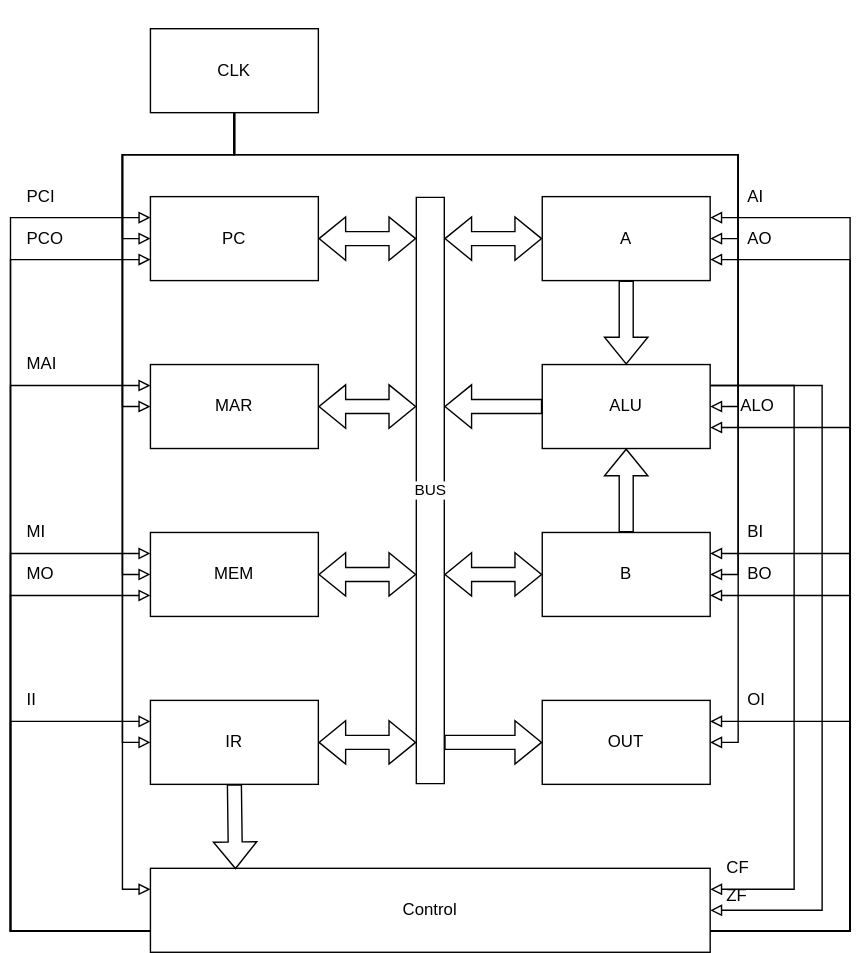
Before: diagram/ASAP1.drawio.svg, a diagram exported from draw.io (lbthomsen/asap-1). Source tidied: cells renumbered, new cells last; positions are measured from the earlier drawing's top-left corner, leaving out a move shared by most shapes.
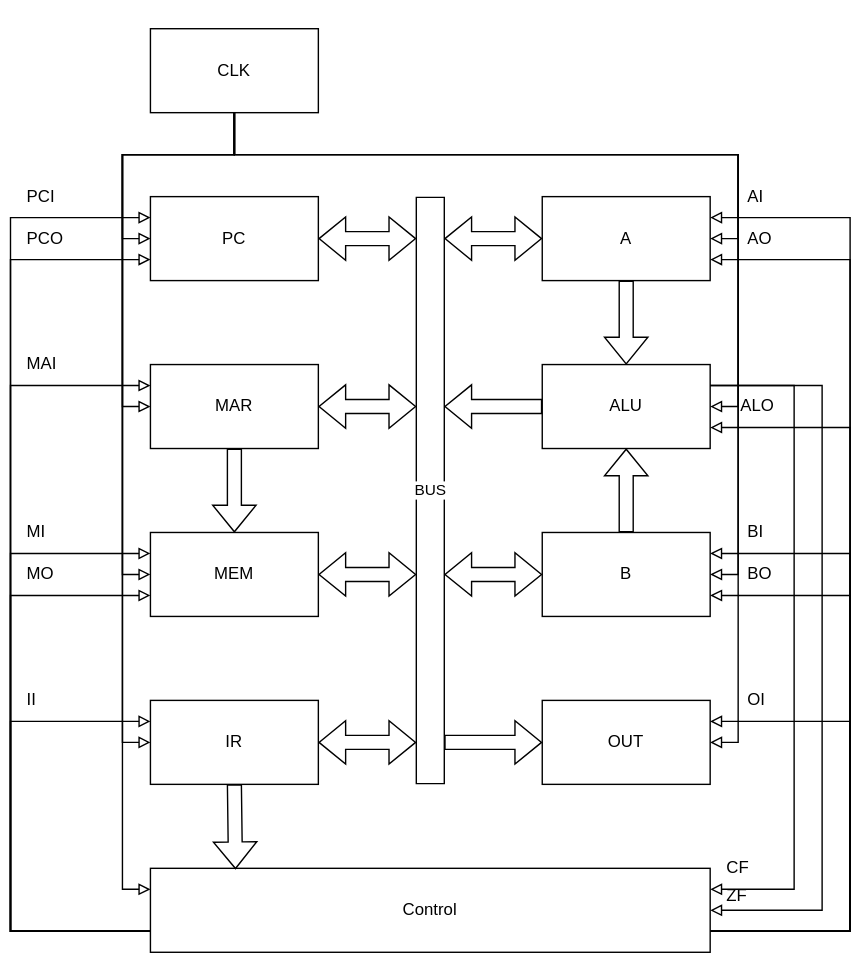
The same diagram one commit later.

The edit, as a diff of the source:
```diff
@@ -317,5 +317,8 @@
     <mxCell id="61" value="ALO" style="text;html=1;align=left;verticalAlign=middle;strokeColor=none;fillColor=none;" parent="1" vertex="1">
       <mxGeometry x="520" y="280" width="40" height="20" as="geometry" />
     </mxCell>
+    <mxCell id="62" style="shape=flexArrow;endArrow=none;startArrow=block;html=1;rounded=0;endSize=6;fillColor=default;entryX=0.5;entryY=1;entryDx=0;entryDy=0;exitX=0.5;exitY=0;exitDx=0;exitDy=0;startFill=0;endFill=0;" parent="1" edge="1" source="23" target="16">
+      <mxGeometry relative="1" as="geometry" />
+    </mxCell>
   </root>
 </mxGraphModel>
```
